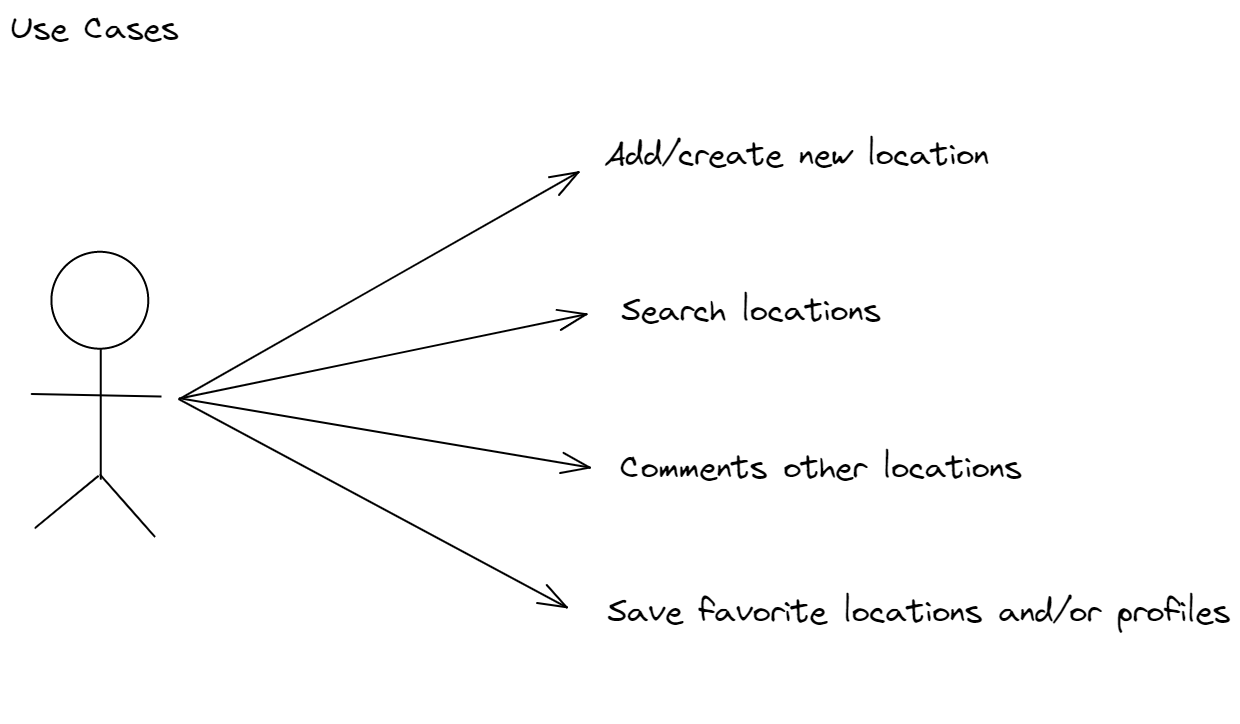
This is staff/paula-rey/full-stack/final-project/docs/images/use-cases.png from b00tc4mp/neoland-bootcamp-202201, a Excalidraw export, as it was before one commit. Source tidied: one line per element, renumbered; positions are measured from the earlier drawing's top-left corner, leaving out a move shared by most shapes.
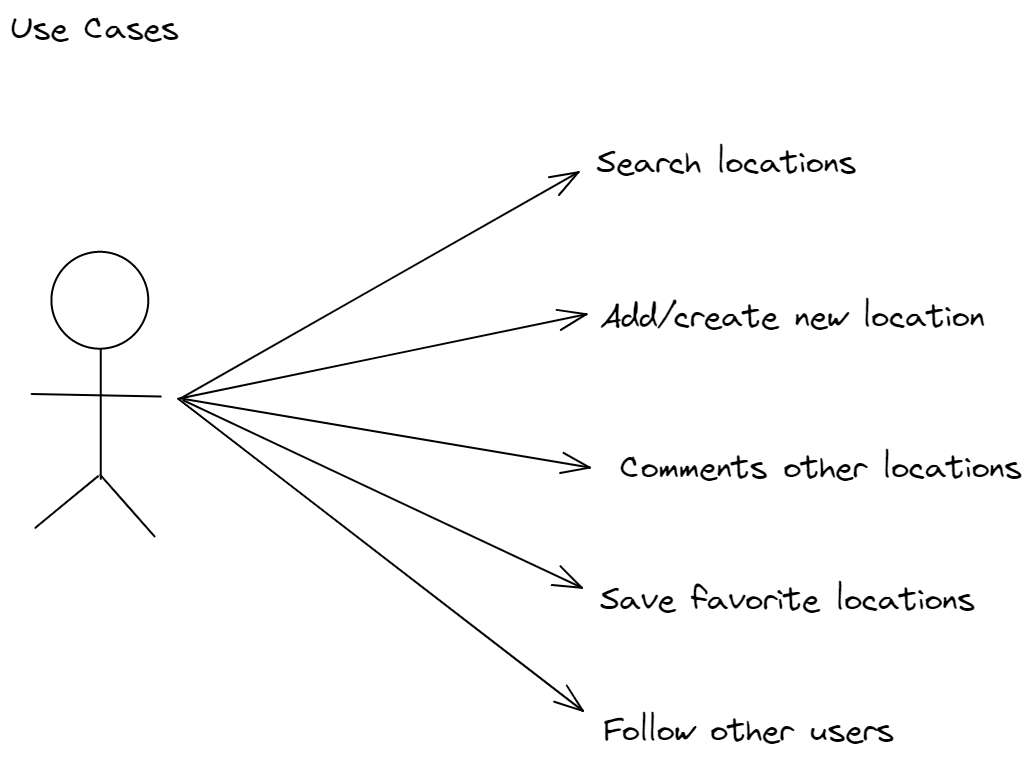
After the change.

Change to the diagram source:
```diff
@@ -4,11 +4,13 @@
 {"id": 3, "type": "line", "strokeColor": "#000000", "strokeWidth": 2, "roughness": 0, "x": 88, "y": 466, "width": 63, "height": 52, "points": [[0, 0], [-63, 52]]}
 {"id": 4, "type": "line", "strokeColor": "#000000", "strokeWidth": 2, "roughness": 0, "x": 90, "y": 465, "width": 54, "height": 61, "points": [[0, 0], [54, 61]]}
 {"id": 5, "type": "arrow", "strokeColor": "#000000", "angle": 0.12, "strokeWidth": 2, "roughness": 0, "endArrowhead": "arrow", "x": 185, "y": 413, "width": 368, "height": 274, "points": [[0, 0], [368, -274]]}
-{"id": 6, "type": "arrow", "strokeColor": "#000000", "angle": 0.44, "strokeWidth": 2, "roughness": 0, "endArrowhead": "arrow", "x": 211, "y": 469, "width": 328, "height": 246, "points": [[0, 0], [328, -246]]}
+{"id": 6, "type": "arrow", "strokeColor": "#000000", "angle": 0.44, "strokeWidth": 2, "roughness": 0, "endArrowhead": "arrow", "to": 9, "x": 211, "y": 469, "width": 328, "height": 246, "points": [[0, 0], [328, -246]]}
-{"id": 7, "type": "arrow", "strokeColor": "#000000", "angle": 1.15, "strokeWidth": 2, "roughness": 0, "endArrowhead": "arrow", "x": 188, "y": 627, "width": 349, "height": 268, "points": [[0, 0], [349, -268]]}
+{"id": 7, "type": "arrow", "strokeColor": "#000000", "angle": 1.15, "strokeWidth": 2, "roughness": 0, "endArrowhead": "arrow", "to": 12, "x": 205, "y": 627, "width": 335, "height": 286, "points": [[0, 0], [335, -286]]}
 {"id": 8, "type": "arrow", "strokeColor": "#000000", "angle": 0.82, "strokeWidth": 2, "roughness": 0, "endArrowhead": "arrow", "x": 209, "y": 549, "width": 330, "height": 252, "points": [[0, 0], [330, -252]]}
-{"id": 9, "type": "text", "text": "Add/create new location", "strokeColor": "#000000", "strokeWidth": 2, "roughness": 0, "fontSize": 32.13, "fontFamily": 1, "x": 595, "y": 126, "width": 386, "height": 40}
+{"id": 9, "type": "text", "text": "Add/create new location", "strokeColor": "#000000", "strokeWidth": 2, "roughness": 0, "fontSize": 32.13, "fontFamily": 1, "x": 590, "y": 287, "width": 386, "height": 40}
-{"id": 10, "type": "text", "text": "Search locations", "strokeColor": "#000000", "strokeWidth": 2, "roughness": 0, "fontSize": 32.13, "fontFamily": 1, "x": 611, "y": 282, "width": 260, "height": 40}
+{"id": 10, "type": "text", "text": "Search locations", "strokeColor": "#000000", "strokeWidth": 2, "roughness": 0, "fontSize": 32.13, "fontFamily": 1, "x": 587, "y": 134, "width": 260, "height": 40}
 {"id": 11, "type": "text", "text": "Comments other locations", "strokeColor": "#000000", "strokeWidth": 2, "roughness": 0, "fontSize": 32.13, "fontFamily": 1, "x": 610, "y": 439, "width": 403, "height": 40}
-{"id": 12, "type": "text", "text": "Save favorite locations and/or profiles\n\n ", "strokeColor": "#000000", "strokeWidth": 2, "roughness": 0, "fontSize": 32.13, "fontFamily": 1, "x": 597, "y": 582, "width": 623, "height": 122}
+{"id": 12, "type": "text", "text": "\nSave favorite locations\n ", "strokeColor": "#000000", "strokeWidth": 2, "roughness": 0, "fontSize": 32.13, "fontFamily": 1, "x": 590, "y": 530, "width": 375, "height": 122}
 {"id": 13, "type": "text", "text": "Use Cases", "strokeColor": "#000000", "strokeWidth": 2, "roughness": 0, "fontSize": 32.13, "fontFamily": 1, "x": 0, "y": 0, "width": 170, "height": 40}
+{"id": 14, "type": "text", "text": " Follow other users", "strokeColor": "#000000", "strokeWidth": 2, "roughness": 0, "fontSize": 32.13, "fontFamily": 1, "x": 578, "y": 701, "width": 307, "height": 41}
+{"id": 15, "type": "arrow", "strokeColor": "#000000", "angle": 1.48, "strokeWidth": 2, "roughness": 0, "endArrowhead": "arrow", "to": 14, "x": 197, "y": 733, "width": 346, "height": 376, "points": [[0, 0], [346, -376]]}
```
